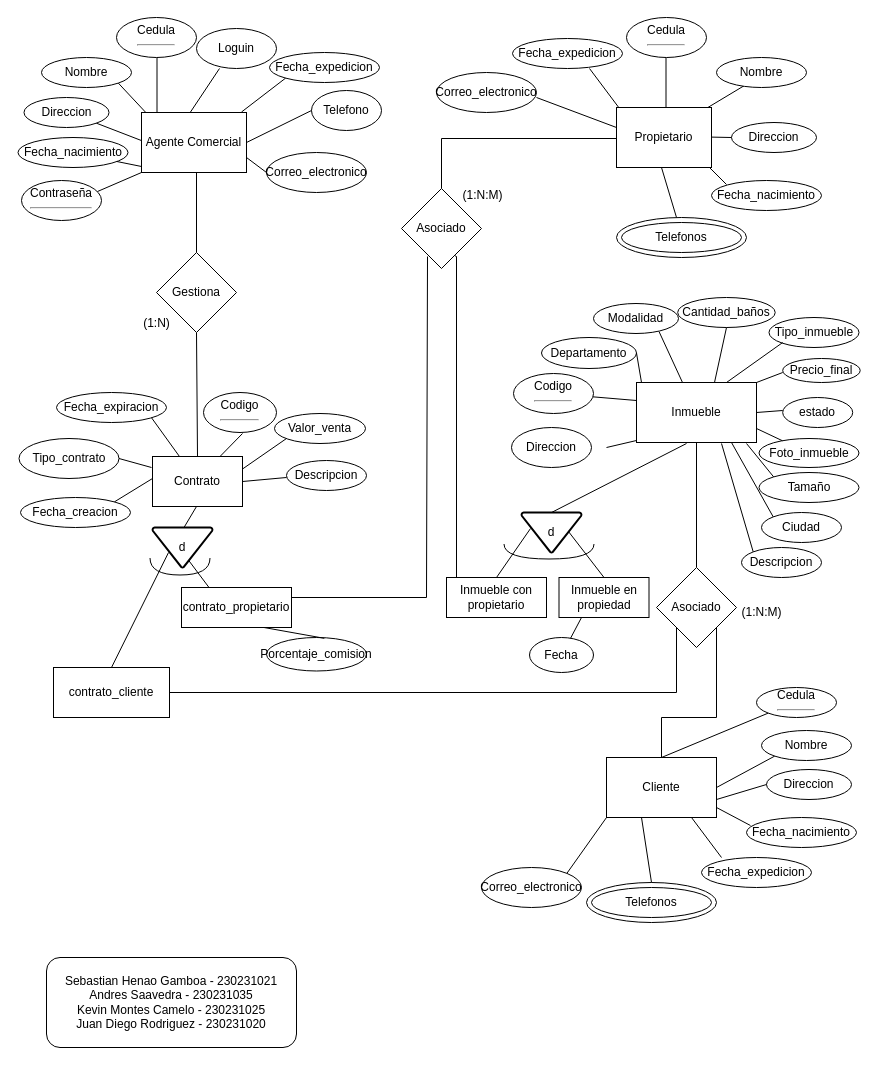
Before: Copia de empresa inmobiliaria.drawio in Juandiiego2111/Juandiiego21111, a draw.io diagram. Source tidied: cells renumbered, new cells numbered last; positions are measured from the earlier drawing's top-left corner, leaving out a move shared by most shapes. Both pictures are drawn from the tidied source at 100%, with x=0, y=0 at pixel (18, 17).
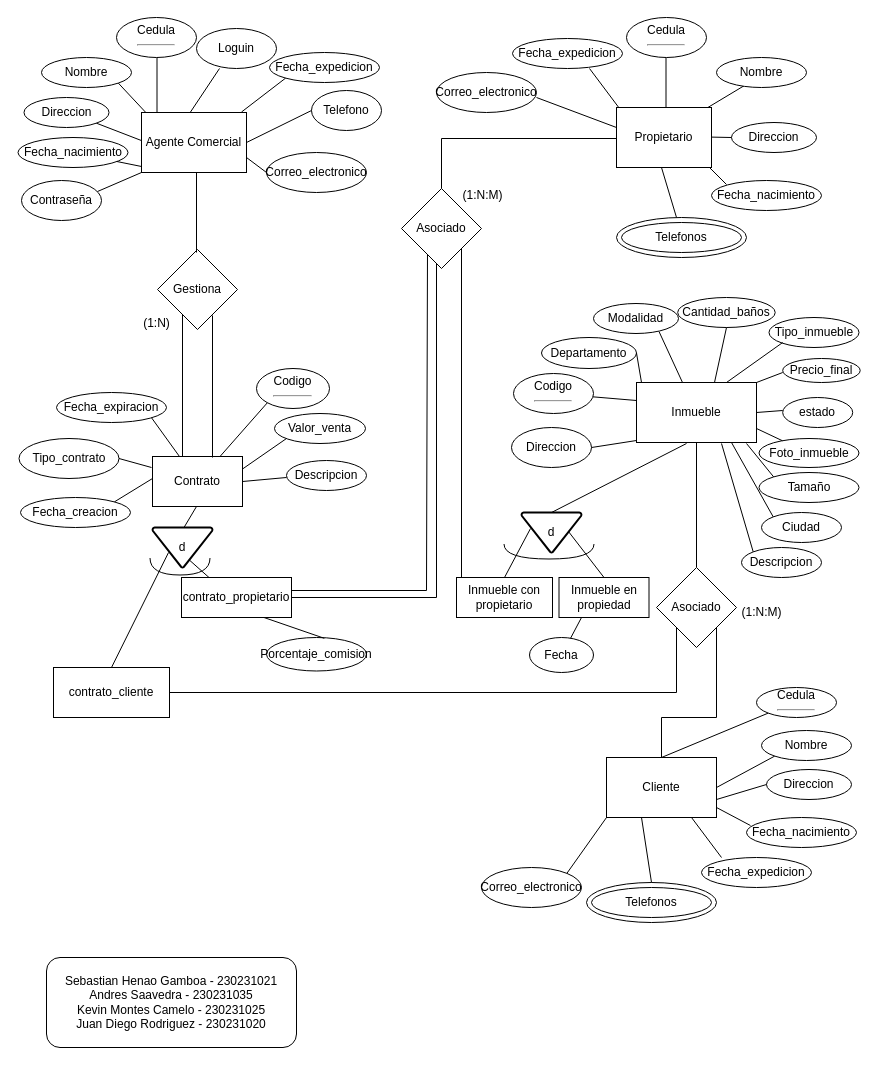
After the change.

The change refers to these unchanged cells:
```xml
<mxCell id="27" value="Contrato" style="rounded=0;whiteSpace=wrap;html=1;" parent="1" vertex="1">
  <mxGeometry x="134" y="439" width="90" height="50" as="geometry" />
</mxCell>
<mxCell id="80" value="Asociado" style="rhombus;whiteSpace=wrap;html=1;" parent="1" vertex="1">
  <mxGeometry x="383" y="171" width="80" height="80" as="geometry" />
</mxCell>
<mxCell id="98" value="Direccion" style="ellipse;whiteSpace=wrap;html=1;" parent="1" vertex="1">
  <mxGeometry x="493" y="410" width="80" height="40" as="geometry" />
</mxCell>
```

The edit, as a diff of the source:
```diff
@@
     <mxCell id="28" value="Codigo&lt;hr&gt;" style="ellipse;whiteSpace=wrap;html=1;" parent="1" vertex="1">
-      <mxGeometry x="185" y="375" width="73" height="40" as="geometry" />
+      <mxGeometry x="238" y="351" width="73" height="40" as="geometry" />
     </mxCell>
@@
     <mxCell id="59" value="Gestiona" style="rhombus;whiteSpace=wrap;html=1;" parent="1" vertex="1">
-      <mxGeometry x="138" y="235" width="80" height="80" as="geometry" />
+      <mxGeometry x="139" y="232" width="80" height="80" as="geometry" />
     </mxCell>
@@
-    <mxCell id="62" style="edgeStyle=orthogonalEdgeStyle;rounded=0;jettySize=auto;html=1;exitX=1;exitY=0.5;exitDx=0;exitDy=0;entryX=0.325;entryY=0.85;entryDx=0;entryDy=0;endArrow=none;endFill=0;entryPerimeter=0;" parent="1" edge="1" source="63" target="80">
+    <mxCell id="62" style="edgeStyle=orthogonalEdgeStyle;rounded=0;orthogonalLoop=1;jettySize=auto;html=1;exitX=1;exitY=0.5;exitDx=0;exitDy=0;entryX=0.325;entryY=0.85;entryDx=0;entryDy=0;endArrow=none;endFill=0;entryPerimeter=0;" parent="1" edge="1">
       <mxGeometry relative="1" as="geometry">
+        <mxPoint x="273" y="583" as="sourcePoint" />
+        <mxPoint x="409" y="232" as="targetPoint" />
         <Array as="points">
-          <mxPoint x="273" y="580" />
-          <mxPoint x="408" y="580" />
+          <mxPoint x="273" y="573" />
+          <mxPoint x="408" y="573" />
         </Array>
       </mxGeometry>
     </mxCell>
+    <mxCell id="126" style="edgeStyle=orthogonalEdgeStyle;rounded=0;jettySize=auto;html=1;exitX=1;exitY=0.5;exitDx=0;exitDy=0;endArrow=none;endFill=0;" parent="1" edge="1" source="63" target="80">
+      <mxGeometry relative="1" as="geometry">
+        <Array as="points">
+          <mxPoint x="418" y="580" />
+        </Array>
+      </mxGeometry>
+    </mxCell>
     <mxCell id="63" value="contrato_propietario" style="rounded=0;whiteSpace=wrap;html=1;" parent="1" vertex="1">
-      <mxGeometry x="163" y="570" width="110" height="40" as="geometry" />
+      <mxGeometry x="163" y="560" width="110" height="40" as="geometry" />
     </mxCell>
@@
-    <mxCell id="68" value="Contraseña&lt;hr&gt;" style="ellipse;whiteSpace=wrap;html=1;" parent="1" vertex="1">
+    <mxCell id="68" value="Contraseña" style="ellipse;whiteSpace=wrap;html=1;" parent="1" vertex="1">
       <mxGeometry x="3" y="163" width="80" height="40" as="geometry" />
     </mxCell>
@@
-    <mxCell id="73" style="endArrow=none;html=1;rounded=0;exitX=0.5;exitY=0;exitDx=0;exitDy=0;" parent="1" edge="1" source="27">
+    <mxCell id="73" style="endArrow=none;html=1;rounded=0;exitX=0.356;exitY=0.06;exitDx=0;exitDy=0;exitPerimeter=0;" parent="1" edge="1">
       <mxGeometry relative="1" as="geometry">
-        <mxPoint x="178" y="315" as="targetPoint" />
+        <mxPoint x="164" y="439" as="sourcePoint" />
+        <mxPoint x="164" y="297" as="targetPoint" />
       </mxGeometry>
     </mxCell>
@@
-    <mxCell id="75" style="endArrow=none;html=1;rounded=0;exitX=0.75;exitY=0;exitDx=0;exitDy=0;" parent="1" edge="1" source="27">
-      <mxGeometry relative="1" as="geometry">
-        <mxPoint x="224" y="416" as="targetPoint" />
-      </mxGeometry>
+    <mxCell id="75" style="endArrow=none;html=1;rounded=0;exitX=0.75;exitY=0;exitDx=0;exitDy=0;entryX=0;entryY=1;entryDx=0;entryDy=0;" parent="1" edge="1" source="27" target="28">
+      <mxGeometry relative="1" as="geometry" />
     </mxCell>
@@
-    <mxCell id="108" style="endArrow=none;html=1;rounded=0;" parent="1" edge="1">
+    <mxCell id="108" style="endArrow=none;html=1;rounded=0;exitX=1;exitY=0.5;exitDx=0;exitDy=0;" parent="1" edge="1" source="98">
       <mxGeometry relative="1" as="geometry">
-        <mxPoint x="588" y="430" as="sourcePoint" />
         <mxPoint x="618" y="423" as="targetPoint" />
       </mxGeometry>
     </mxCell>
@@
-    <mxCell id="112" style="edgeStyle=orthogonalEdgeStyle;rounded=0;jettySize=auto;html=1;exitX=0;exitY=0.25;exitDx=0;exitDy=0;endArrow=none;endFill=0;entryX=0.663;entryY=0.838;entryDx=0;entryDy=0;entryPerimeter=0;" parent="1" edge="1" source="113" target="80">
+    <mxCell id="112" style="edgeStyle=orthogonalEdgeStyle;rounded=0;jettySize=auto;html=1;exitX=0.25;exitY=0;exitDx=0;exitDy=0;entryX=1;entryY=1;entryDx=0;entryDy=0;endArrow=none;endFill=0;" parent="1" edge="1" source="113" target="80">
       <mxGeometry relative="1" as="geometry">
         <Array as="points">
-          <mxPoint x="438" y="591" />
-          <mxPoint x="438" y="239" />
+          <mxPoint x="443" y="560" />
         </Array>
       </mxGeometry>
     </mxCell>
     <mxCell id="113" value="Inmueble con propietario" style="rounded=0;whiteSpace=wrap;html=1;" parent="1" vertex="1">
-      <mxGeometry x="428" y="560" width="100" height="40" as="geometry" />
+      <mxGeometry x="438" y="560" width="96" height="40" as="geometry" />
     </mxCell>
@@
+    <mxCell id="127" style="endArrow=none;html=1;rounded=0;exitX=0.356;exitY=0.06;exitDx=0;exitDy=0;exitPerimeter=0;" parent="1" edge="1">
+      <mxGeometry relative="1" as="geometry">
+        <mxPoint x="194" y="440" as="sourcePoint" />
+        <mxPoint x="194" y="298" as="targetPoint" />
+      </mxGeometry>
+    </mxCell>
```
